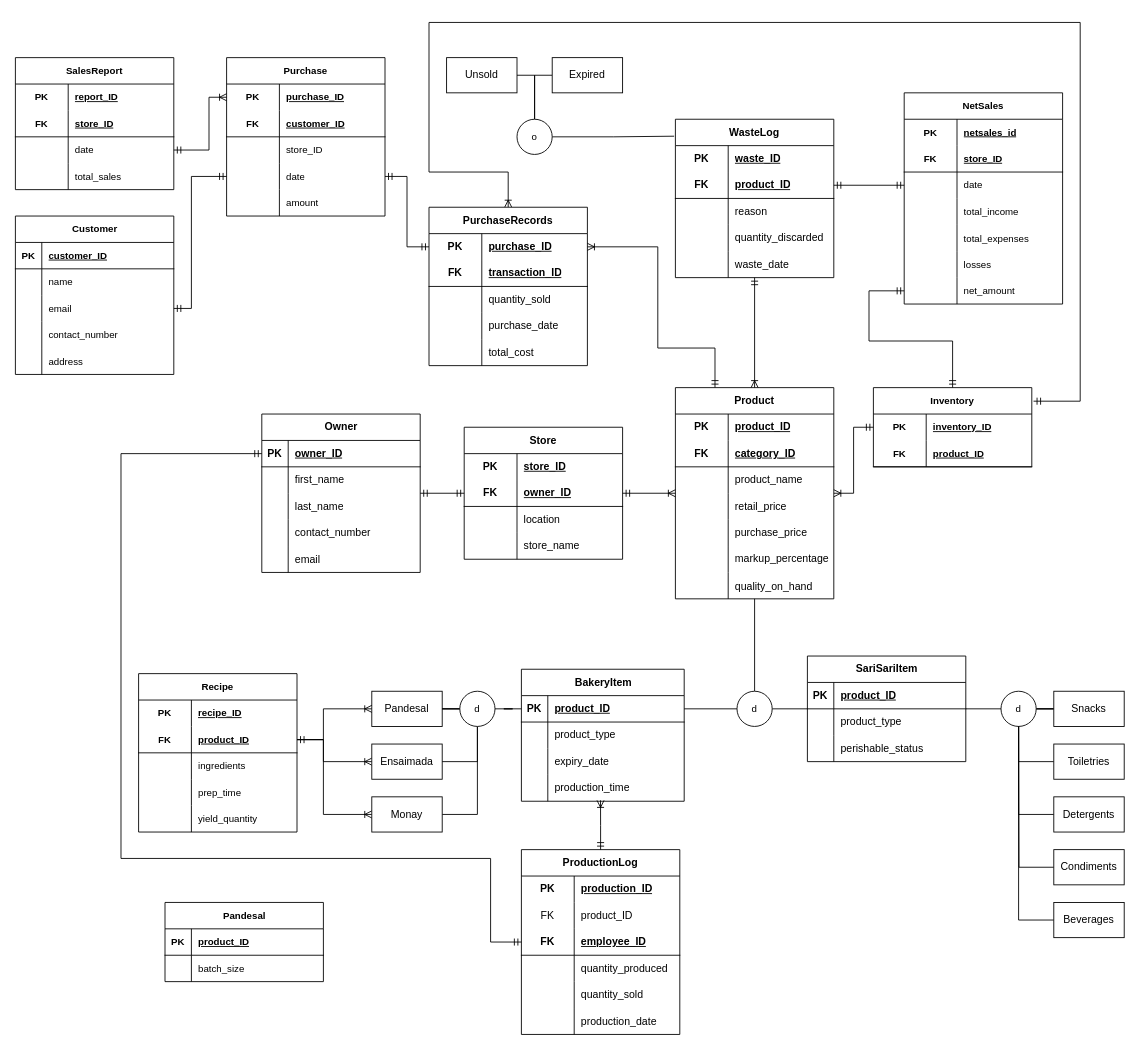
ConnedMaster/ITS131P keeps this draw.io diagram as Reworked ERD.drawio. Above is the earlier version. Source tidied: cells renumbered, new cells numbered last; positions are measured from the earlier drawing's top-left corner, leaving out a move shared by most shapes. Both pictures are drawn from the tidied source at 88%, with x=0, y=0 at pixel (15, 22).
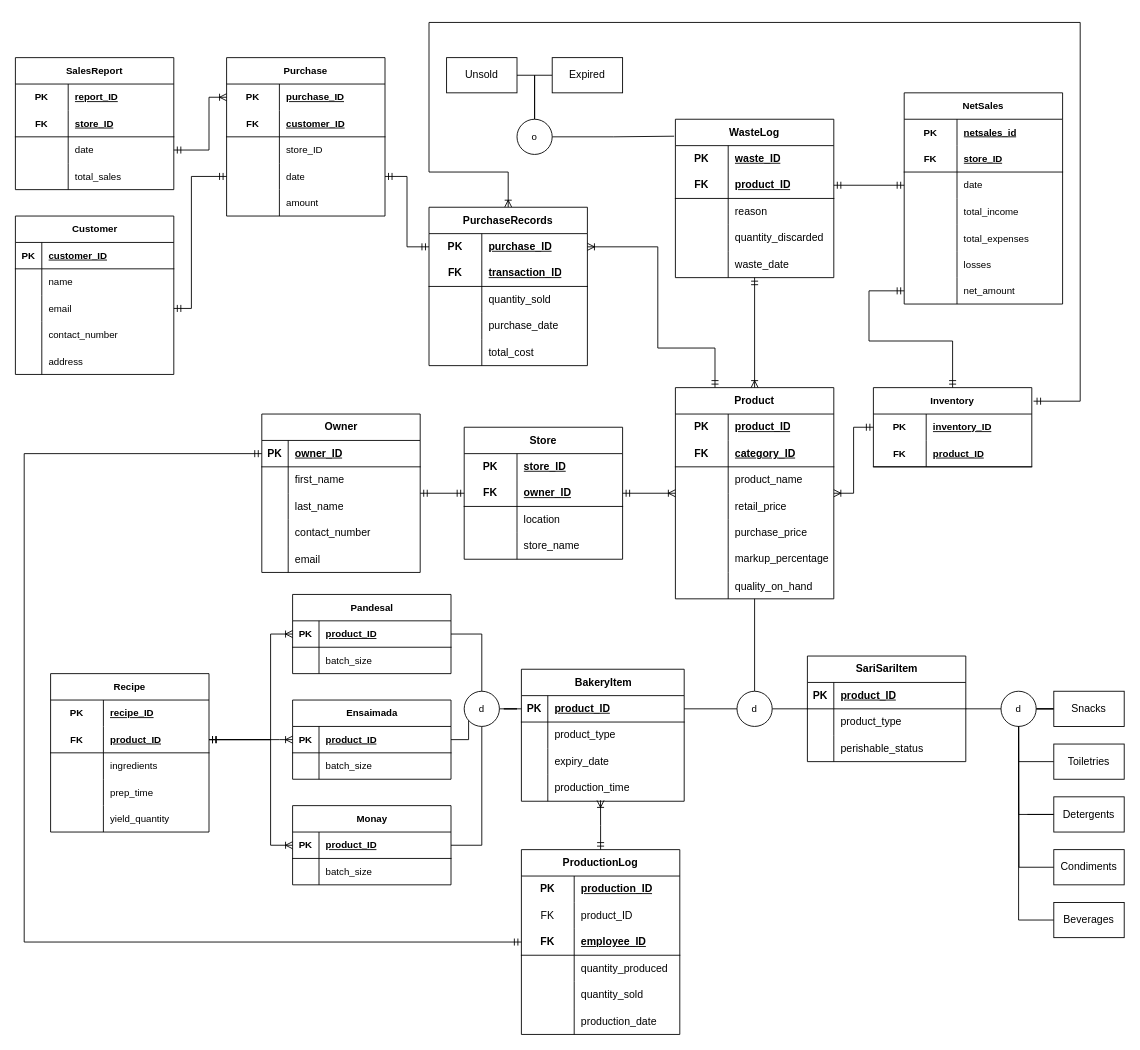
The same diagram, later.

The change refers to these unchanged cells:
```xml
<mxCell id="23" value="Detergents" style="whiteSpace=wrap;html=1;align=center;" parent="1" vertex="1">
  <mxGeometry x="1180" y="880" width="80" height="40" as="geometry" />
</mxCell>
<mxCell id="86" style="shape=tableRow;horizontal=0;startSize=0;swimlaneHead=0;swimlaneBody=0;fillColor=none;points=[[0,0.5],[1,0.5]];portConstraint=eastwest;top=0;left=0;right=0;bottom=1;" parent="85" vertex="1">
  <mxGeometry y="30" width="180" height="30" as="geometry" />
</mxCell>
<mxCell id="130" value="ProductionLog" style="shape=table;startSize=30;childLayout=tableLayout;rowLines=0;fontStyle=1;align=center;html=1;whiteSpace=wrap;" parent="1" vertex="1">
  <mxGeometry x="575" y="940" width="180" height="210" as="geometry" />
</mxCell>
<mxCell id="205" style="shape=tableRow;horizontal=0;startSize=0;swimlaneHead=0;swimlaneBody=0;fillColor=none;points=[[0,0.5],[1,0.5]];portConstraint=eastwest;top=0;left=0;right=0;bottom=1;html=1;fontFamily=Helvetica;fontSize=11;fontColor=default;labelBackgroundColor=default;" parent="201" vertex="1">
  <mxGeometry y="60" width="180" height="30" as="geometry" />
</mxCell>
<mxCell id="264" style="shape=tableRow;horizontal=0;startSize=0;swimlaneHead=0;swimlaneBody=0;fillColor=none;points=[[0,0.5],[1,0.5]];portConstraint=eastwest;top=0;left=0;right=0;bottom=1;fontFamily=Helvetica;fontSize=11;fontColor=default;labelBackgroundColor=default;" parent="263" vertex="1">
  <mxGeometry y="30" width="180" height="30" as="geometry" />
</mxCell>
```

Change to the diagram source:
```diff
@@
-    <mxCell id="6" value="Pandesal" style="whiteSpace=wrap;html=1;align=center;" parent="1" vertex="1">
-      <mxGeometry x="405" y="760" width="80" height="40" as="geometry" />
-    </mxCell>
-    <mxCell id="7" style="edgeStyle=orthogonalEdgeStyle;shape=connector;rounded=0;jettySize=auto;html=1;entryX=1;entryY=0.5;entryDx=0;entryDy=0;strokeColor=default;align=center;verticalAlign=middle;fontFamily=Helvetica;fontSize=11;fontColor=default;labelBackgroundColor=default;endArrow=none;endFill=0;startArrow=ERoneToMany;startFill=0;" parent="1" edge="1" source="8" target="205">
-      <mxGeometry relative="1" as="geometry">
-        <Array as="points">
-          <mxPoint x="350" y="840" />
-          <mxPoint x="350" y="815" />
-        </Array>
-      </mxGeometry>
-    </mxCell>
-    <mxCell id="8" value="Ensaimada" style="whiteSpace=wrap;html=1;align=center;" parent="1" vertex="1">
-      <mxGeometry x="405" y="820" width="80" height="40" as="geometry" />
-    </mxCell>
-    <mxCell id="9" style="edgeStyle=orthogonalEdgeStyle;shape=connector;rounded=0;jettySize=auto;html=1;entryX=0.5;entryY=1;entryDx=0;entryDy=0;strokeColor=default;align=center;verticalAlign=middle;fontFamily=Helvetica;fontSize=11;fontColor=default;labelBackgroundColor=default;startFill=0;endArrow=none;" parent="1" edge="1" source="11" target="15">
+    <mxCell id="9" style="edgeStyle=orthogonalEdgeStyle;shape=connector;rounded=0;jettySize=auto;html=1;entryX=0.5;entryY=1;entryDx=0;entryDy=0;strokeColor=default;align=center;verticalAlign=middle;fontFamily=Helvetica;fontSize=11;fontColor=default;labelBackgroundColor=default;startFill=0;endArrow=none;exitX=1;exitY=0.5;exitDx=0;exitDy=0;" parent="1" edge="1" source="278" target="15">
       <mxGeometry relative="1" as="geometry" />
     </mxCell>
-    <mxCell id="10" style="edgeStyle=orthogonalEdgeStyle;shape=connector;rounded=0;jettySize=auto;html=1;entryX=1;entryY=0.5;entryDx=0;entryDy=0;strokeColor=default;align=center;verticalAlign=middle;fontFamily=Helvetica;fontSize=11;fontColor=default;labelBackgroundColor=default;endArrow=none;endFill=0;startArrow=ERoneToMany;startFill=0;" parent="1" edge="1" source="11" target="205">
-      <mxGeometry relative="1" as="geometry">
-        <Array as="points">
-          <mxPoint x="350" y="900" />
-          <mxPoint x="350" y="815" />
-        </Array>
-      </mxGeometry>
-    </mxCell>
-    <mxCell id="11" value="Monay" style="whiteSpace=wrap;html=1;align=center;" parent="1" vertex="1">
-      <mxGeometry x="405" y="880" width="80" height="40" as="geometry" />
-    </mxCell>
@@
-    <mxCell id="13" style="edgeStyle=orthogonalEdgeStyle;shape=connector;rounded=0;jettySize=auto;html=1;entryX=1;entryY=0.5;entryDx=0;entryDy=0;strokeColor=default;align=center;verticalAlign=middle;fontFamily=Helvetica;fontSize=11;fontColor=default;labelBackgroundColor=default;startFill=0;endArrow=none;" parent="1" edge="1" source="15" target="6">
+    <mxCell id="13" style="edgeStyle=orthogonalEdgeStyle;shape=connector;rounded=0;jettySize=auto;html=1;entryX=1;entryY=0.5;entryDx=0;entryDy=0;strokeColor=default;align=center;verticalAlign=middle;fontFamily=Helvetica;fontSize=11;fontColor=default;labelBackgroundColor=default;startFill=0;endArrow=none;" parent="1" edge="1" source="15" target="264">
       <mxGeometry relative="1" as="geometry" />
     </mxCell>
-    <mxCell id="14" style="edgeStyle=orthogonalEdgeStyle;shape=connector;rounded=0;jettySize=auto;html=1;entryX=1;entryY=0.5;entryDx=0;entryDy=0;strokeColor=default;align=center;verticalAlign=middle;fontFamily=Helvetica;fontSize=11;fontColor=default;labelBackgroundColor=default;startFill=0;endArrow=none;" parent="1" edge="1" source="15" target="8">
+    <mxCell id="14" style="edgeStyle=orthogonalEdgeStyle;shape=connector;rounded=0;jettySize=auto;html=1;entryX=1;entryY=0.5;entryDx=0;entryDy=0;strokeColor=default;align=center;verticalAlign=middle;fontFamily=Helvetica;fontSize=11;fontColor=default;labelBackgroundColor=default;startFill=0;endArrow=none;" parent="1" edge="1" source="15" target="271">
       <mxGeometry relative="1" as="geometry">
         <Array as="points">
-          <mxPoint x="525" y="840" />
+          <mxPoint x="515" y="815" />
         </Array>
       </mxGeometry>
     </mxCell>
     <mxCell id="15" value="d" style="ellipse;whiteSpace=wrap;html=1;fontFamily=Helvetica;fontSize=11;fontColor=default;labelBackgroundColor=default;" parent="1" vertex="1">
-      <mxGeometry x="505" y="760" width="40" height="40" as="geometry" />
+      <mxGeometry x="510" y="760" width="40" height="40" as="geometry" />
     </mxCell>
@@
+    <mxCell id="270" style="edgeStyle=orthogonalEdgeStyle;shape=connector;rounded=0;jettySize=auto;html=1;exitX=0;exitY=0.5;exitDx=0;exitDy=0;strokeColor=default;align=center;verticalAlign=middle;fontFamily=Helvetica;fontSize=11;fontColor=default;labelBackgroundColor=default;endArrow=none;endFill=0;" parent="1" edge="1" source="23">
+      <mxGeometry relative="1" as="geometry">
+        <mxPoint x="1150" y="899.8" as="targetPoint" />
+      </mxGeometry>
+    </mxCell>
@@
     <mxCell id="177" style="edgeStyle=orthogonalEdgeStyle;fontSize=12;html=1;endArrow=ERmandOne;startArrow=ERmandOne;rounded=0;strokeColor=default;align=center;verticalAlign=middle;fontFamily=Helvetica;fontColor=default;labelBackgroundColor=default;exitX=0;exitY=0.5;exitDx=0;exitDy=0;entryX=0;entryY=0.5;entryDx=0;entryDy=0;" parent="1" edge="1" source="130" target="86">
       <mxGeometry relative="1" as="geometry">
         <Array as="points">
-          <mxPoint x="540" y="1045" />
-          <mxPoint x="540" y="950" />
-          <mxPoint x="120" y="950" />
-          <mxPoint x="120" y="490" />
+          <mxPoint x="10" y="1045" />
+          <mxPoint x="10" y="490" />
         </Array>
       </mxGeometry>
     </mxCell>
@@
     <mxCell id="201" value="Recipe" style="shape=table;startSize=30;childLayout=tableLayout;rowLines=0;fontStyle=1;align=center;html=1;whiteSpace=wrap;fontFamily=Helvetica;fontSize=11;fontColor=default;labelBackgroundColor=default;" parent="1" vertex="1">
-      <mxGeometry x="140" y="740" width="180" height="180" as="geometry" />
+      <mxGeometry x="40" y="740" width="180" height="180" as="geometry" />
     </mxCell>
@@
-    <mxCell id="217" style="edgeStyle=orthogonalEdgeStyle;fontSize=12;html=1;endArrow=ERoneToMany;startArrow=ERmandOne;rounded=0;strokeColor=default;align=center;verticalAlign=middle;fontFamily=Helvetica;fontColor=default;labelBackgroundColor=default;exitX=1;exitY=0.5;exitDx=0;exitDy=0;entryX=0;entryY=0.5;entryDx=0;entryDy=0;" parent="1" edge="1" source="205" target="6">
+    <mxCell id="217" style="edgeStyle=orthogonalEdgeStyle;fontSize=12;html=1;endArrow=ERoneToMany;startArrow=ERmandOne;rounded=0;strokeColor=default;align=center;verticalAlign=middle;fontFamily=Helvetica;fontColor=default;labelBackgroundColor=default;exitX=1;exitY=0.5;exitDx=0;exitDy=0;entryX=0;entryY=0.5;entryDx=0;entryDy=0;" parent="1" edge="1" source="205" target="263">
       <mxGeometry relative="1" as="geometry">
         <Array as="points">
-          <mxPoint x="350" y="815" />
-          <mxPoint x="350" y="780" />
+          <mxPoint x="290" y="815" />
+          <mxPoint x="290" y="695" />
         </Array>
       </mxGeometry>
     </mxCell>
@@
     <mxCell id="263" value="Pandesal" style="shape=table;startSize=30;childLayout=tableLayout;rowLines=0;fontStyle=1;align=center;html=1;fontFamily=Helvetica;fontSize=11;fontColor=default;labelBackgroundColor=default;" parent="1" vertex="1">
-      <mxGeometry x="170" y="1000" width="180" height="90" as="geometry" />
+      <mxGeometry x="315" y="650" width="180" height="90" as="geometry" />
     </mxCell>
@@
+    <mxCell id="8" value="Ensaimada" style="shape=table;startSize=30;childLayout=tableLayout;rowLines=0;fontStyle=1;align=center;html=1;fontFamily=Helvetica;fontSize=11;fontColor=default;labelBackgroundColor=default;" parent="1" vertex="1">
+      <mxGeometry x="315" y="770" width="180" height="90" as="geometry" />
+    </mxCell>
+    <mxCell id="271" style="shape=tableRow;horizontal=0;startSize=0;swimlaneHead=0;swimlaneBody=0;fillColor=none;points=[[0,0.5],[1,0.5]];portConstraint=eastwest;top=0;left=0;right=0;bottom=1;fontFamily=Helvetica;fontSize=11;fontColor=default;labelBackgroundColor=default;" parent="8" vertex="1">
+      <mxGeometry y="30" width="180" height="30" as="geometry" />
+    </mxCell>
+    <mxCell id="272" value="PK" style="shape=partialRectangle;fillColor=none;top=0;left=0;bottom=0;right=0;fontStyle=1;overflow=hidden;whiteSpace=wrap;html=1;fontFamily=Helvetica;fontSize=11;fontColor=default;labelBackgroundColor=default;" parent="271" vertex="1">
+      <mxGeometry width="30" height="30" as="geometry" />
+    </mxCell>
+    <mxCell id="273" value="product_ID" style="shape=partialRectangle;fillColor=none;top=0;left=0;bottom=0;right=0;align=left;spacingLeft=6;fontStyle=5;overflow=hidden;whiteSpace=wrap;html=1;fontFamily=Helvetica;fontSize=11;fontColor=default;labelBackgroundColor=default;" parent="271" vertex="1">
+      <mxGeometry x="30" width="150" height="30" as="geometry" />
+    </mxCell>
+    <mxCell id="274" style="shape=tableRow;horizontal=0;startSize=0;swimlaneHead=0;swimlaneBody=0;fillColor=none;top=0;left=0;right=0;bottom=0;fontFamily=Helvetica;fontSize=11;fontColor=default;labelBackgroundColor=default;" parent="8" vertex="1">
+      <mxGeometry y="60" width="180" height="30" as="geometry" />
+    </mxCell>
+    <mxCell id="275" style="shape=partialRectangle;fillColor=none;top=0;left=0;bottom=0;right=0;overflow=hidden;whiteSpace=wrap;html=1;fontFamily=Helvetica;fontSize=11;fontColor=default;labelBackgroundColor=default;" parent="274" vertex="1">
+      <mxGeometry width="30" height="30" as="geometry" />
+    </mxCell>
+    <mxCell id="276" value="batch_size" style="shape=partialRectangle;fillColor=none;top=0;left=0;bottom=0;right=0;align=left;spacingLeft=6;overflow=hidden;whiteSpace=wrap;html=1;fontFamily=Helvetica;fontSize=11;fontColor=default;labelBackgroundColor=default;" parent="274" vertex="1">
+      <mxGeometry x="30" width="150" height="30" as="geometry" />
+    </mxCell>
+    <mxCell id="277" style="edgeStyle=orthogonalEdgeStyle;fontSize=12;html=1;endArrow=ERoneToMany;startArrow=ERmandOne;rounded=0;strokeColor=default;align=center;verticalAlign=middle;fontFamily=Helvetica;fontColor=default;labelBackgroundColor=default;exitX=1;exitY=0.5;exitDx=0;exitDy=0;entryX=0;entryY=0.5;entryDx=0;entryDy=0;" parent="1" edge="1" source="205" target="271">
+      <mxGeometry relative="1" as="geometry">
+        <Array as="points">
+          <mxPoint x="300" y="815" />
+          <mxPoint x="300" y="815" />
+        </Array>
+      </mxGeometry>
+    </mxCell>
+    <mxCell id="11" value="Monay" style="shape=table;startSize=30;childLayout=tableLayout;rowLines=0;fontStyle=1;align=center;html=1;fontFamily=Helvetica;fontSize=11;fontColor=default;labelBackgroundColor=default;" parent="1" vertex="1">
+      <mxGeometry x="315" y="890" width="180" height="90" as="geometry" />
+    </mxCell>
+    <mxCell id="278" style="shape=tableRow;horizontal=0;startSize=0;swimlaneHead=0;swimlaneBody=0;fillColor=none;points=[[0,0.5],[1,0.5]];portConstraint=eastwest;top=0;left=0;right=0;bottom=1;fontFamily=Helvetica;fontSize=11;fontColor=default;labelBackgroundColor=default;" parent="11" vertex="1">
+      <mxGeometry y="30" width="180" height="30" as="geometry" />
+    </mxCell>
+    <mxCell id="279" value="PK" style="shape=partialRectangle;fillColor=none;top=0;left=0;bottom=0;right=0;fontStyle=1;overflow=hidden;whiteSpace=wrap;html=1;fontFamily=Helvetica;fontSize=11;fontColor=default;labelBackgroundColor=default;" parent="278" vertex="1">
+      <mxGeometry width="30" height="30" as="geometry" />
+    </mxCell>
+    <mxCell id="280" value="product_ID" style="shape=partialRectangle;fillColor=none;top=0;left=0;bottom=0;right=0;align=left;spacingLeft=6;fontStyle=5;overflow=hidden;whiteSpace=wrap;html=1;fontFamily=Helvetica;fontSize=11;fontColor=default;labelBackgroundColor=default;" parent="278" vertex="1">
+      <mxGeometry x="30" width="150" height="30" as="geometry" />
+    </mxCell>
+    <mxCell id="281" style="shape=tableRow;horizontal=0;startSize=0;swimlaneHead=0;swimlaneBody=0;fillColor=none;top=0;left=0;right=0;bottom=0;fontFamily=Helvetica;fontSize=11;fontColor=default;labelBackgroundColor=default;" parent="11" vertex="1">
+      <mxGeometry y="60" width="180" height="30" as="geometry" />
+    </mxCell>
+    <mxCell id="282" style="shape=partialRectangle;fillColor=none;top=0;left=0;bottom=0;right=0;overflow=hidden;whiteSpace=wrap;html=1;fontFamily=Helvetica;fontSize=11;fontColor=default;labelBackgroundColor=default;" parent="281" vertex="1">
+      <mxGeometry width="30" height="30" as="geometry" />
+    </mxCell>
+    <mxCell id="283" value="batch_size" style="shape=partialRectangle;fillColor=none;top=0;left=0;bottom=0;right=0;align=left;spacingLeft=6;overflow=hidden;whiteSpace=wrap;html=1;fontFamily=Helvetica;fontSize=11;fontColor=default;labelBackgroundColor=default;" parent="281" vertex="1">
+      <mxGeometry x="30" width="150" height="30" as="geometry" />
+    </mxCell>
+    <mxCell id="284" style="edgeStyle=orthogonalEdgeStyle;fontSize=12;html=1;endArrow=ERoneToMany;startArrow=ERmandOne;rounded=0;strokeColor=default;align=center;verticalAlign=middle;fontFamily=Helvetica;fontColor=default;labelBackgroundColor=default;exitX=1;exitY=0.5;exitDx=0;exitDy=0;entryX=0;entryY=0.5;entryDx=0;entryDy=0;" parent="1" edge="1" source="205" target="278">
+      <mxGeometry relative="1" as="geometry">
+        <Array as="points">
+          <mxPoint x="290" y="815" />
+          <mxPoint x="290" y="935" />
+        </Array>
+      </mxGeometry>
+    </mxCell>
```
